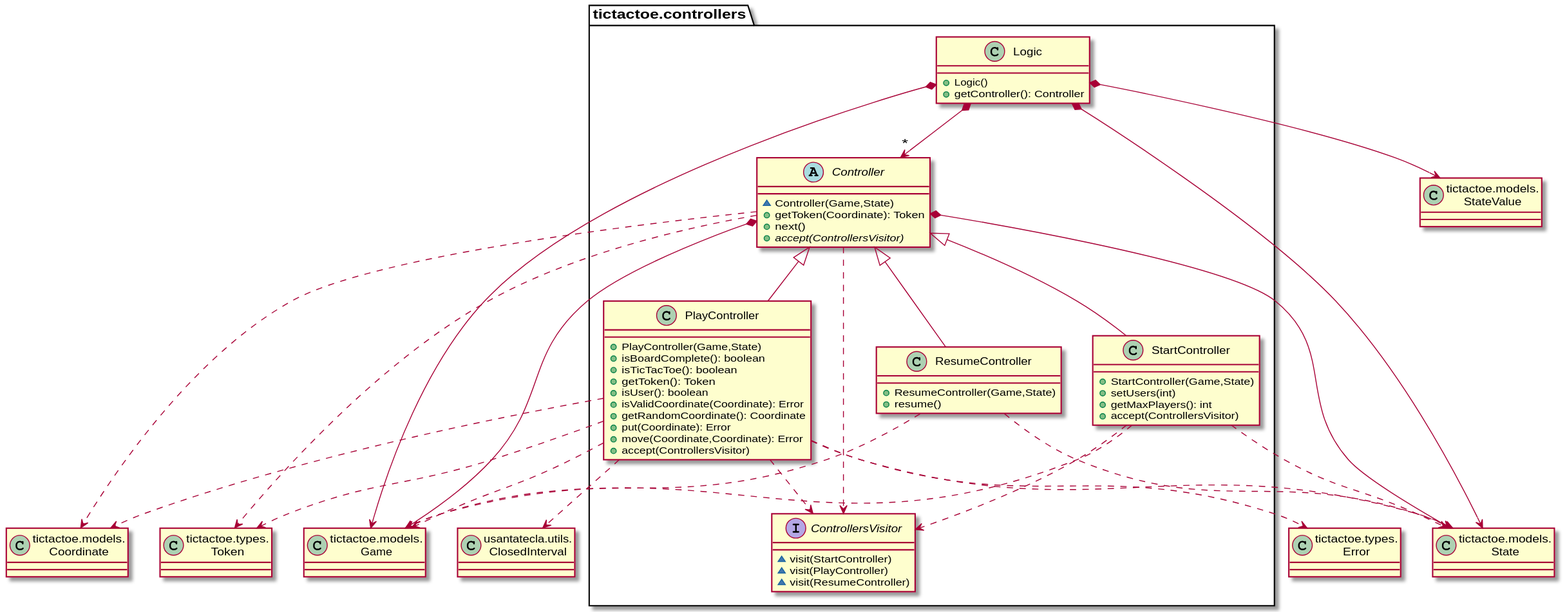
Earlier version of the PlantUML export modelViewPresenter/presentationModel/withDoubleDispatching/docs/diagrams/out/paquetes/paqueteTicTacToeControllers.svg (Jolucaa/USantaTecla-project-ticTacToe). Source of this version:
```plantuml
@startuml
class Game as "tictactoe.models.\nGame" {}
class Coordinate as "tictactoe.models.\nCoordinate" {}
class Error as "tictactoe.types.\nError" {}
class Token as "tictactoe.types.\nToken" {}
class State as "tictactoe.models.\nState" {}
class StateValue as "tictactoe.models.\nStateValue" {}
class ClosedInterval as "usantatecla.utils.\nClosedInterval" {}

abstract class tictactoe.controllers.Controller{
  ~ Controller(Game,State)
  + getToken(Coordinate): Token
  + next()
  + {abstract} accept(ControllersVisitor)
}
tictactoe.controllers.Controller *-down-> Game
tictactoe.controllers.Controller *-down-> State
tictactoe.controllers.Controller .down.> Coordinate
tictactoe.controllers.Controller .down.> Token
tictactoe.controllers.Controller .down.> tictactoe.controllers.ControllersVisitor

interface tictactoe.controllers.ControllersVisitor{
  ~ visit(StartController)
  ~ visit(PlayController)
  ~ visit(ResumeController)
}

class tictactoe.controllers.Logic{
  + Logic()
  + getController(): Controller
}

tictactoe.controllers.Logic *-down-> Game
tictactoe.controllers.Logic *-down-> State
tictactoe.controllers.Logic *-down-> StateValue
tictactoe.controllers.Logic *-down-> "*"tictactoe.controllers.Controller

class tictactoe.controllers.PlayController{
  + PlayController(Game,State)
  + isBoardComplete(): boolean
  + isTicTacToe(): boolean
  + getToken(): Token
  + isUser(): boolean
  + isValidCoordinate(Coordinate): Error
  + getRandomCoordinate(): Coordinate
  + put(Coordinate): Error
  + move(Coordinate,Coordinate): Error
  + accept(ControllersVisitor)
}
tictactoe.controllers.Controller <|-down- tictactoe.controllers.PlayController
tictactoe.controllers.PlayController .down.> Coordinate
tictactoe.controllers.PlayController .down.> Error
tictactoe.controllers.PlayController .down.> Game
tictactoe.controllers.PlayController .down.> Token
tictactoe.controllers.PlayController .down.> State
tictactoe.controllers.PlayController .down.> ClosedInterval
tictactoe.controllers.PlayController .down.> tictactoe.controllers.ControllersVisitor

class tictactoe.controllers.ResumeController{
  + ResumeController(Game,State)
  + resume()
}
tictactoe.controllers.Controller <|-down- tictactoe.controllers.ResumeController
tictactoe.controllers.ResumeController .down.> Game
tictactoe.controllers.ResumeController .down.> State

class tictactoe.controllers.StartController{
  + StartController(Game,State)
  + setUsers(int)
  + getMaxPlayers(): int
  + accept(ControllersVisitor)
}
tictactoe.controllers.Controller <|-down- tictactoe.controllers.StartController
tictactoe.controllers.StartController .down.> Game
tictactoe.controllers.StartController .down.> State
tictactoe.controllers.StartController .down.> tictactoe.controllers.ControllersVisitor
@enduml
```
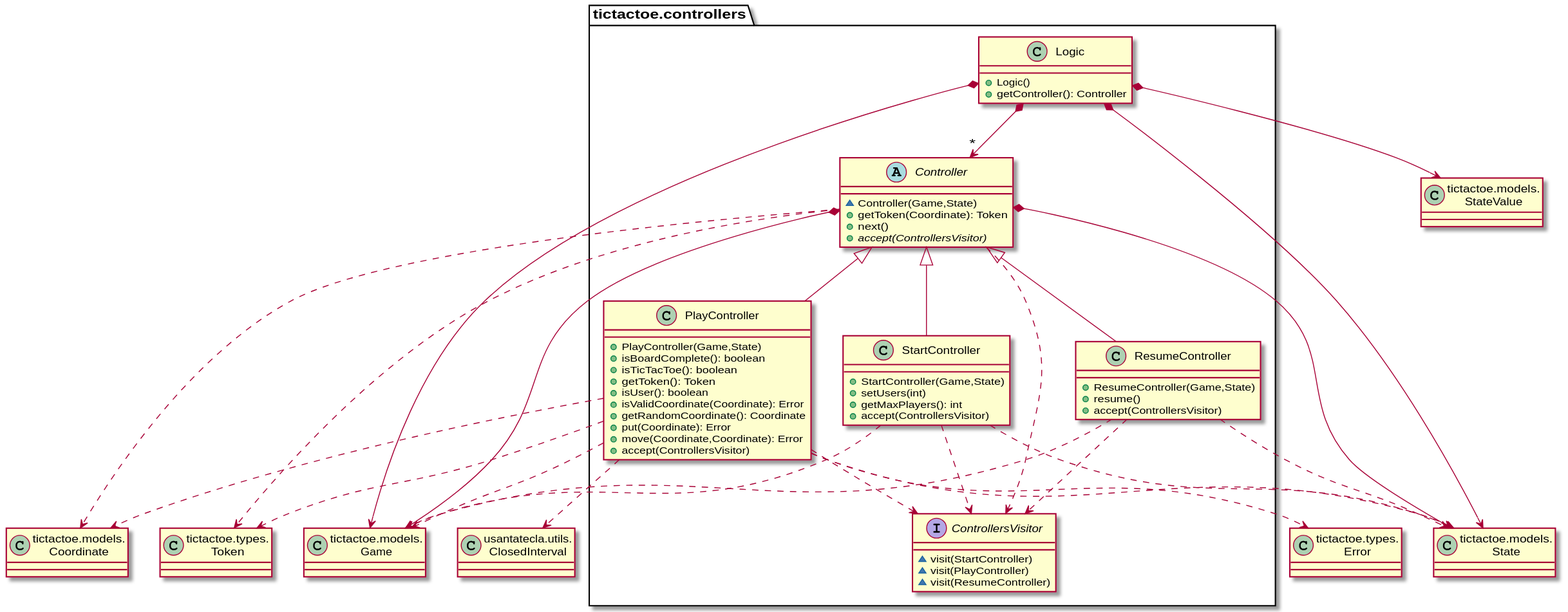
The same diagram one commit later.

Commit message:
[mvp.pm.withDoubleDispatching] Fix diagram x2

Diff of the diagram source:
```diff
@@ -59,10 +59,12 @@
 class tictactoe.controllers.ResumeController{
   + ResumeController(Game,State)
   + resume()
+  + accept(ControllersVisitor)
 }
 tictactoe.controllers.Controller <|-down- tictactoe.controllers.ResumeController
 tictactoe.controllers.ResumeController .down.> Game
 tictactoe.controllers.ResumeController .down.> State
+tictactoe.controllers.ResumeController .down.> tictactoe.controllers.ControllersVisitor
 
 class tictactoe.controllers.StartController{
   + StartController(Game,State)
```
